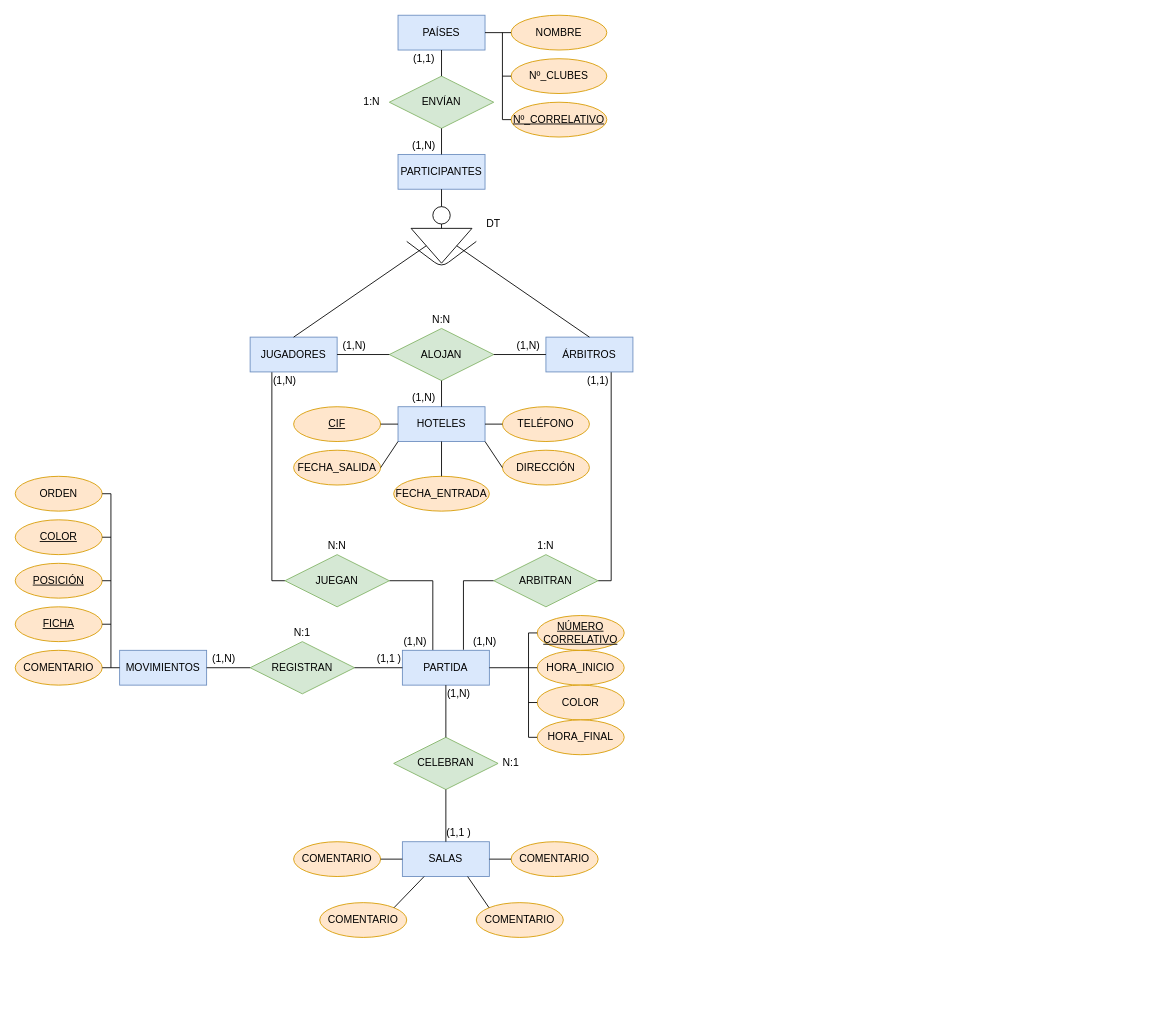
This is Ajedrez.drawio from Axel-Vicente/BBDD, a draw.io file, before an edit. Source tidied: cells renumbered, new cells numbered last; positions are measured from the earlier drawing's top-left corner, leaving out a move shared by most shapes. Both pictures are drawn from the tidied source at 87%, with x=0, y=0 at pixel (15, 15).
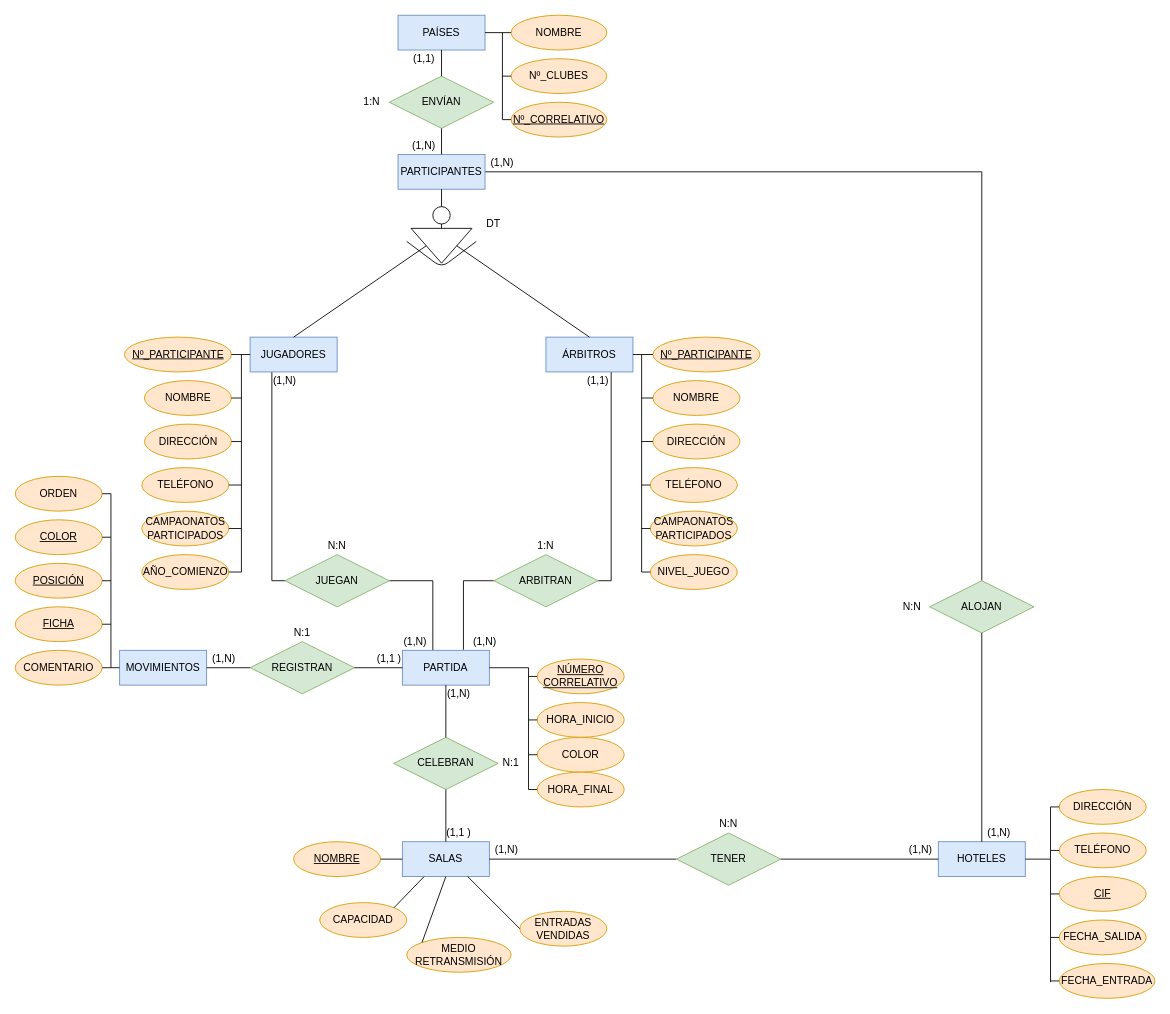
The same page after the edit.

The change refers to these unchanged cells:
```xml
<mxCell id="3" value="PARTICIPANTES" style="whiteSpace=wrap;html=1;align=center;fillColor=#dae8fc;strokeColor=#6c8ebf;" parent="1" vertex="1">
  <mxGeometry x="440" y="160" width="100" height="40" as="geometry" />
</mxCell>
<mxCell id="12" value="JUGADORES" style="whiteSpace=wrap;html=1;align=center;fillColor=#dae8fc;strokeColor=#6c8ebf;" parent="1" vertex="1">
  <mxGeometry x="270" y="370" width="100" height="40" as="geometry" />
</mxCell>
<mxCell id="14" value="ÁRBITROS" style="whiteSpace=wrap;html=1;align=center;fillColor=#dae8fc;strokeColor=#6c8ebf;" parent="1" vertex="1">
  <mxGeometry x="610" y="370" width="100" height="40" as="geometry" />
</mxCell>
<mxCell id="33" value="PARTIDA" style="whiteSpace=wrap;html=1;align=center;fillColor=#dae8fc;strokeColor=#6c8ebf;" parent="1" vertex="1">
  <mxGeometry x="445" y="730" width="100" height="40" as="geometry" />
</mxCell>
<mxCell id="75" value="SALAS" style="whiteSpace=wrap;html=1;align=center;fillColor=#dae8fc;strokeColor=#6c8ebf;" parent="1" vertex="1">
  <mxGeometry x="445" y="950" width="100" height="40" as="geometry" />
</mxCell>
```

Change to the diagram source:
```diff
@@
+    <mxCell id="101" style="edgeStyle=orthogonalEdgeStyle;rounded=0;jettySize=auto;html=1;exitX=1;exitY=0.5;exitDx=0;exitDy=0;endArrow=none;endFill=0;entryX=0.5;entryY=0;entryDx=0;entryDy=0;" parent="1" edge="1" source="3" target="15">
+      <mxGeometry relative="1" as="geometry" />
+    </mxCell>
@@
     <mxCell id="15" value="ALOJAN" style="shape=rhombus;perimeter=rhombusPerimeter;whiteSpace=wrap;html=1;align=center;fillColor=#d5e8d4;strokeColor=#82b366;" parent="1" vertex="1">
-      <mxGeometry x="430" y="360" width="120" height="60" as="geometry" />
+      <mxGeometry x="1051" y="650" width="120" height="60" as="geometry" />
     </mxCell>
@@
     <mxCell id="18" value="HOTELES" style="whiteSpace=wrap;html=1;align=center;fillColor=#dae8fc;strokeColor=#6c8ebf;" parent="1" vertex="1">
-      <mxGeometry x="440" y="450" width="100" height="40" as="geometry" />
+      <mxGeometry x="1061" y="950" width="100" height="40" as="geometry" />
     </mxCell>
     <mxCell id="19" value="(1,N)" style="text;html=1;strokeColor=none;fillColor=none;align=center;verticalAlign=middle;whiteSpace=wrap;rounded=0;" parent="1" vertex="1">
-      <mxGeometry x="450" y="430" width="40" height="20" as="geometry" />
+      <mxGeometry x="1111" y="930" width="40" height="20" as="geometry" />
     </mxCell>
     <mxCell id="20" value="FECHA_SALIDA" style="ellipse;whiteSpace=wrap;html=1;align=center;fillColor=#ffe6cc;strokeColor=#d79b00;" parent="1" vertex="1">
-      <mxGeometry x="320" y="500" width="100" height="40" as="geometry" />
+      <mxGeometry x="1200" y="1040" width="100" height="40" as="geometry" />
     </mxCell>
     <mxCell id="21" value="CIF" style="ellipse;whiteSpace=wrap;html=1;align=center;fillColor=#ffe6cc;strokeColor=#d79b00;fontStyle=4;" parent="1" vertex="1">
-      <mxGeometry x="320" y="450" width="100" height="40" as="geometry" />
+      <mxGeometry x="1200" y="990" width="100" height="40" as="geometry" />
     </mxCell>
     <mxCell id="22" value="FECHA_ENTRADA" style="ellipse;whiteSpace=wrap;html=1;align=center;fillColor=#ffe6cc;strokeColor=#d79b00;" parent="1" vertex="1">
-      <mxGeometry x="435" y="530" width="110" height="40" as="geometry" />
+      <mxGeometry x="1200" y="1090" width="110" height="40" as="geometry" />
     </mxCell>
     <mxCell id="23" value="DIRECCIÓN" style="ellipse;whiteSpace=wrap;html=1;align=center;fillColor=#ffe6cc;strokeColor=#d79b00;" parent="1" vertex="1">
-      <mxGeometry x="560" y="500" width="100" height="40" as="geometry" />
+      <mxGeometry x="1200" y="890" width="100" height="40" as="geometry" />
     </mxCell>
     <mxCell id="24" value="TELÉFONO" style="ellipse;whiteSpace=wrap;html=1;align=center;fillColor=#ffe6cc;strokeColor=#d79b00;" parent="1" vertex="1">
-      <mxGeometry x="560" y="450" width="100" height="40" as="geometry" />
+      <mxGeometry x="1200" y="940" width="100" height="40" as="geometry" />
     </mxCell>
-    <mxCell id="25" style="endArrow=none;html=1;entryX=1;entryY=0.5;entryDx=0;entryDy=0;exitX=0;exitY=0.5;exitDx=0;exitDy=0;" parent="1" edge="1" source="18" target="21">
-      <mxGeometry relative="1" as="geometry" />
-    </mxCell>
-    <mxCell id="26" style="endArrow=none;html=1;exitX=0;exitY=1;exitDx=0;exitDy=0;entryX=1;entryY=0.5;entryDx=0;entryDy=0;" parent="1" edge="1" source="18" target="20">
-      <mxGeometry relative="1" as="geometry" />
-    </mxCell>
-    <mxCell id="27" style="endArrow=none;html=1;exitX=0.5;exitY=1;exitDx=0;exitDy=0;entryX=0.5;entryY=0;entryDx=0;entryDy=0;" parent="1" edge="1" source="18" target="22">
-      <mxGeometry relative="1" as="geometry" />
-    </mxCell>
-    <mxCell id="28" style="endArrow=none;html=1;exitX=1;exitY=1;exitDx=0;exitDy=0;entryX=0;entryY=0.5;entryDx=0;entryDy=0;" parent="1" edge="1" source="18" target="23">
-      <mxGeometry relative="1" as="geometry" />
-    </mxCell>
-    <mxCell id="29" style="endArrow=none;html=1;exitX=1;exitY=0.5;exitDx=0;exitDy=0;entryX=0;entryY=0.5;entryDx=0;entryDy=0;" parent="1" edge="1" source="18" target="24">
-      <mxGeometry relative="1" as="geometry" />
+    <mxCell id="29" style="endArrow=none;html=1;exitX=1;exitY=0.5;exitDx=0;exitDy=0;" parent="1" edge="1" source="18">
+      <mxGeometry relative="1" as="geometry">
+        <mxPoint x="1190" y="970" as="targetPoint" />
+      </mxGeometry>
     </mxCell>
@@
     <mxCell id="48" value="(1,N)" style="text;html=1;strokeColor=none;fillColor=none;align=center;verticalAlign=middle;whiteSpace=wrap;rounded=0;" parent="1" vertex="1">
-      <mxGeometry x="370" y="370" width="40" height="20" as="geometry" />
+      <mxGeometry x="540" y="160" width="40" height="20" as="geometry" />
     </mxCell>
-    <mxCell id="49" style="endArrow=none;html=1;entryX=1;entryY=0.5;entryDx=0;entryDy=0;exitX=0;exitY=0.5;exitDx=0;exitDy=0;" parent="1" edge="1" source="15" target="12">
-      <mxGeometry relative="1" as="geometry" />
-    </mxCell>
-    <mxCell id="50" style="endArrow=none;html=1;entryX=0;entryY=0.5;entryDx=0;entryDy=0;exitX=1;exitY=0.5;exitDx=0;exitDy=0;" parent="1" edge="1" source="15" target="14">
-      <mxGeometry relative="1" as="geometry" />
-    </mxCell>
     <mxCell id="51" value="(1,N)" style="text;html=1;strokeColor=none;fillColor=none;align=center;verticalAlign=middle;whiteSpace=wrap;rounded=0;" parent="1" vertex="1">
-      <mxGeometry x="570" y="370" width="40" height="20" as="geometry" />
+      <mxGeometry x="545" y="950" width="40" height="20" as="geometry" />
     </mxCell>
     <mxCell id="52" value="N:N" style="text;html=1;strokeColor=none;fillColor=none;align=center;verticalAlign=middle;whiteSpace=wrap;rounded=0;" parent="1" vertex="1">
-      <mxGeometry x="470" y="340" width="40" height="20" as="geometry" />
+      <mxGeometry x="1011" y="670" width="40" height="20" as="geometry" />
     </mxCell>
@@
-    <mxCell id="76" value="COMENTARIO" style="ellipse;whiteSpace=wrap;html=1;align=center;fillColor=#ffe6cc;strokeColor=#d79b00;" parent="1" vertex="1">
+    <mxCell id="76" value="CAPACIDAD" style="ellipse;whiteSpace=wrap;html=1;align=center;fillColor=#ffe6cc;strokeColor=#d79b00;" parent="1" vertex="1">
       <mxGeometry x="350" y="1020" width="100" height="40" as="geometry" />
     </mxCell>
-    <mxCell id="77" value="COMENTARIO" style="ellipse;whiteSpace=wrap;html=1;align=center;fillColor=#ffe6cc;strokeColor=#d79b00;" parent="1" vertex="1">
+    <mxCell id="77" value="NOMBRE" style="ellipse;whiteSpace=wrap;html=1;align=center;fillColor=#ffe6cc;strokeColor=#d79b00;fontStyle=4;" parent="1" vertex="1">
       <mxGeometry x="320" y="950" width="100" height="40" as="geometry" />
     </mxCell>
-    <mxCell id="78" value="COMENTARIO" style="ellipse;whiteSpace=wrap;html=1;align=center;fillColor=#ffe6cc;strokeColor=#d79b00;" parent="1" vertex="1">
-      <mxGeometry x="570" y="950" width="100" height="40" as="geometry" />
+    <mxCell id="78" value="ENTRADAS&lt;br&gt;VENDIDAS" style="ellipse;whiteSpace=wrap;html=1;align=center;fillColor=#ffe6cc;strokeColor=#d79b00;" parent="1" vertex="1">
+      <mxGeometry x="580" y="1030" width="100" height="40" as="geometry" />
     </mxCell>
-    <mxCell id="79" value="COMENTARIO" style="ellipse;whiteSpace=wrap;html=1;align=center;fillColor=#ffe6cc;strokeColor=#d79b00;" parent="1" vertex="1">
-      <mxGeometry x="530" y="1020" width="100" height="40" as="geometry" />
+    <mxCell id="79" value="MEDIO&lt;br&gt;RETRANSMISIÓN" style="ellipse;whiteSpace=wrap;html=1;align=center;fillColor=#ffe6cc;strokeColor=#d79b00;" parent="1" vertex="1">
+      <mxGeometry x="450" y="1060" width="120" height="40" as="geometry" />
     </mxCell>
@@
-    <mxCell id="82" style="endArrow=none;html=1;entryX=0;entryY=0;entryDx=0;entryDy=0;exitX=0.75;exitY=1;exitDx=0;exitDy=0;" parent="1" edge="1" source="75" target="79">
+    <mxCell id="82" style="endArrow=none;html=1;entryX=0;entryY=0;entryDx=0;entryDy=0;exitX=0.5;exitY=1;exitDx=0;exitDy=0;" parent="1" edge="1" source="75" target="79">
       <mxGeometry relative="1" as="geometry" />
     </mxCell>
-    <mxCell id="83" style="endArrow=none;html=1;entryX=0;entryY=0.5;entryDx=0;entryDy=0;exitX=1;exitY=0.5;exitDx=0;exitDy=0;" parent="1" edge="1" source="75" target="78">
+    <mxCell id="83" style="endArrow=none;html=1;entryX=0;entryY=0.5;entryDx=0;entryDy=0;exitX=0.75;exitY=1;exitDx=0;exitDy=0;" parent="1" edge="1" source="75" target="78">
       <mxGeometry relative="1" as="geometry" />
     </mxCell>
@@
     <mxCell id="92" value="HORA_INICIO" style="ellipse;whiteSpace=wrap;html=1;align=center;fillColor=#ffe6cc;strokeColor=#d79b00;" parent="1" vertex="1">
-      <mxGeometry x="600" y="730" width="100" height="40" as="geometry" />
+      <mxGeometry x="600" y="790" width="100" height="40" as="geometry" />
     </mxCell>
     <mxCell id="93" value="NÚMERO&lt;br&gt;CORRELATIVO" style="ellipse;whiteSpace=wrap;html=1;align=center;fillColor=#ffe6cc;strokeColor=#d79b00;fontStyle=4;" parent="1" vertex="1">
-      <mxGeometry x="600" y="690" width="100" height="40" as="geometry" />
+      <mxGeometry x="600" y="740" width="100" height="40" as="geometry" />
     </mxCell>
     <mxCell id="94" value="COLOR" style="ellipse;whiteSpace=wrap;html=1;align=center;fillColor=#ffe6cc;strokeColor=#d79b00;" parent="1" vertex="1">
-      <mxGeometry x="600" y="770" width="100" height="40" as="geometry" />
+      <mxGeometry x="600" y="830" width="100" height="40" as="geometry" />
     </mxCell>
     <mxCell id="95" value="HORA_FINAL" style="ellipse;whiteSpace=wrap;html=1;align=center;fillColor=#ffe6cc;strokeColor=#d79b00;" parent="1" vertex="1">
-      <mxGeometry x="600" y="810" width="100" height="40" as="geometry" />
+      <mxGeometry x="600" y="870" width="100" height="40" as="geometry" />
     </mxCell>
-    <mxCell id="96" style="endArrow=none;html=1;entryX=1;entryY=0.5;entryDx=0;entryDy=0;exitX=0;exitY=0.5;exitDx=0;exitDy=0;" parent="1" edge="1" source="92" target="33">
+    <mxCell id="96" style="endArrow=none;html=1;entryX=1;entryY=0.5;entryDx=0;entryDy=0;exitX=0;exitY=0.5;exitDx=0;exitDy=0;" parent="1" edge="1" source="104" target="75">
       <mxGeometry relative="1" as="geometry" />
     </mxCell>
     <mxCell id="97" style="endArrow=none;html=1;" parent="1" edge="1">
       <mxGeometry relative="1" as="geometry">
-        <mxPoint x="590" y="830" as="sourcePoint" />
-        <mxPoint x="590" y="710" as="targetPoint" />
+        <mxPoint x="590" y="890" as="sourcePoint" />
+        <mxPoint x="590" y="750" as="targetPoint" />
       </mxGeometry>
     </mxCell>
     <mxCell id="98" style="endArrow=none;html=1;entryX=0;entryY=0.5;entryDx=0;entryDy=0;" parent="1" edge="1" target="93">
       <mxGeometry relative="1" as="geometry">
-        <mxPoint x="590" y="710" as="sourcePoint" />
+        <mxPoint x="590" y="760" as="sourcePoint" />
       </mxGeometry>
     </mxCell>
     <mxCell id="99" style="endArrow=none;html=1;entryX=0;entryY=0.5;entryDx=0;entryDy=0;" parent="1" edge="1" target="94">
       <mxGeometry relative="1" as="geometry">
-        <mxPoint x="590" y="790" as="sourcePoint" />
+        <mxPoint x="590" y="850" as="sourcePoint" />
       </mxGeometry>
     </mxCell>
     <mxCell id="100" style="endArrow=none;html=1;entryX=0;entryY=0.5;entryDx=0;entryDy=0;" parent="1" edge="1" target="95">
       <mxGeometry relative="1" as="geometry">
-        <mxPoint x="590" y="830" as="sourcePoint" />
+        <mxPoint x="590" y="890" as="sourcePoint" />
       </mxGeometry>
     </mxCell>
+    <mxCell id="102" style="endArrow=none;html=1;exitX=1;exitY=0.5;exitDx=0;exitDy=0;" parent="1" edge="1" source="33">
+      <mxGeometry relative="1" as="geometry">
+        <mxPoint x="590" y="750" as="targetPoint" />
+      </mxGeometry>
+    </mxCell>
+    <mxCell id="103" style="endArrow=none;html=1;entryX=0;entryY=0.5;entryDx=0;entryDy=0;" parent="1" edge="1" target="92">
+      <mxGeometry relative="1" as="geometry">
+        <mxPoint x="590" y="810" as="sourcePoint" />
+      </mxGeometry>
+    </mxCell>
+    <mxCell id="104" value="TENER" style="shape=rhombus;perimeter=rhombusPerimeter;whiteSpace=wrap;html=1;align=center;fillColor=#d5e8d4;strokeColor=#82b366;" parent="1" vertex="1">
+      <mxGeometry x="760" y="940" width="120" height="60" as="geometry" />
+    </mxCell>
+    <mxCell id="105" style="endArrow=none;html=1;entryX=1;entryY=0.5;entryDx=0;entryDy=0;exitX=0;exitY=0.5;exitDx=0;exitDy=0;" parent="1" edge="1" source="18" target="104">
+      <mxGeometry relative="1" as="geometry" />
+    </mxCell>
+    <mxCell id="106" value="(1,N)" style="text;html=1;strokeColor=none;fillColor=none;align=center;verticalAlign=middle;whiteSpace=wrap;rounded=0;" parent="1" vertex="1">
+      <mxGeometry x="1021" y="950" width="40" height="20" as="geometry" />
+    </mxCell>
+    <mxCell id="107" value="N:N" style="text;html=1;strokeColor=none;fillColor=none;align=center;verticalAlign=middle;whiteSpace=wrap;rounded=0;" parent="1" vertex="1">
+      <mxGeometry x="800" y="920" width="40" height="20" as="geometry" />
+    </mxCell>
+    <mxCell id="108" style="endArrow=none;html=1;exitX=0;exitY=0.5;exitDx=0;exitDy=0;" parent="1" edge="1" source="23">
+      <mxGeometry relative="1" as="geometry">
+        <mxPoint x="1190" y="910" as="targetPoint" />
+      </mxGeometry>
+    </mxCell>
+    <mxCell id="109" style="endArrow=none;html=1;" parent="1" edge="1">
+      <mxGeometry relative="1" as="geometry">
+        <mxPoint x="1190" y="910" as="sourcePoint" />
+        <mxPoint x="1190" y="1111.4" as="targetPoint" />
+      </mxGeometry>
+    </mxCell>
+    <mxCell id="110" style="endArrow=none;html=1;exitX=0;exitY=0.5;exitDx=0;exitDy=0;" parent="1" edge="1" source="24">
+      <mxGeometry relative="1" as="geometry">
+        <mxPoint x="1190" y="960" as="targetPoint" />
+      </mxGeometry>
+    </mxCell>
+    <mxCell id="111" style="endArrow=none;html=1;exitX=0;exitY=0.5;exitDx=0;exitDy=0;" parent="1" edge="1" source="21">
+      <mxGeometry relative="1" as="geometry">
+        <mxPoint x="1190" y="1010" as="targetPoint" />
+      </mxGeometry>
+    </mxCell>
+    <mxCell id="112" style="endArrow=none;html=1;exitX=0;exitY=0.5;exitDx=0;exitDy=0;" parent="1" edge="1" source="20">
+      <mxGeometry relative="1" as="geometry">
+        <mxPoint x="1190" y="1060" as="targetPoint" />
+      </mxGeometry>
+    </mxCell>
+    <mxCell id="113" style="endArrow=none;html=1;exitX=0;exitY=0.5;exitDx=0;exitDy=0;" parent="1" edge="1" source="22">
+      <mxGeometry relative="1" as="geometry">
+        <mxPoint x="1190" y="1110" as="targetPoint" />
+      </mxGeometry>
+    </mxCell>
+    <mxCell id="114" value="TELÉFONO" style="ellipse;whiteSpace=wrap;html=1;align=center;fillColor=#ffe6cc;strokeColor=#d79b00;" parent="1" vertex="1">
+      <mxGeometry x="730" y="520" width="100" height="40" as="geometry" />
+    </mxCell>
+    <mxCell id="115" value="Nº_PARTICIPANTE" style="ellipse;whiteSpace=wrap;html=1;align=center;fillColor=#ffe6cc;strokeColor=#d79b00;fontStyle=4;" parent="1" vertex="1">
+      <mxGeometry x="733" y="370" width="123" height="40" as="geometry" />
+    </mxCell>
+    <mxCell id="116" value="CAMPAONATOS&lt;br&gt;PARTICIPADOS" style="ellipse;whiteSpace=wrap;html=1;align=center;fillColor=#ffe6cc;strokeColor=#d79b00;" parent="1" vertex="1">
+      <mxGeometry x="730" y="570" width="100" height="40" as="geometry" />
+    </mxCell>
+    <mxCell id="117" value="NOMBRE" style="ellipse;whiteSpace=wrap;html=1;align=center;fillColor=#ffe6cc;strokeColor=#d79b00;" parent="1" vertex="1">
+      <mxGeometry x="733" y="420" width="100" height="40" as="geometry" />
+    </mxCell>
+    <mxCell id="118" value="DIRECCIÓN" style="ellipse;whiteSpace=wrap;html=1;align=center;fillColor=#ffe6cc;strokeColor=#d79b00;" parent="1" vertex="1">
+      <mxGeometry x="733" y="470" width="100" height="40" as="geometry" />
+    </mxCell>
+    <mxCell id="119" value="NIVEL_JUEGO" style="ellipse;whiteSpace=wrap;html=1;align=center;fillColor=#ffe6cc;strokeColor=#d79b00;" parent="1" vertex="1">
+      <mxGeometry x="730" y="620" width="100" height="40" as="geometry" />
+    </mxCell>
+    <mxCell id="120" value="TELÉFONO" style="ellipse;whiteSpace=wrap;html=1;align=center;fillColor=#ffe6cc;strokeColor=#d79b00;" parent="1" vertex="1">
+      <mxGeometry x="145.5" y="520" width="100" height="40" as="geometry" />
+    </mxCell>
+    <mxCell id="121" value="Nº_PARTICIPANTE" style="ellipse;whiteSpace=wrap;html=1;align=center;fillColor=#ffe6cc;strokeColor=#d79b00;fontStyle=4;" parent="1" vertex="1">
+      <mxGeometry x="125.5" y="370" width="123" height="40" as="geometry" />
+    </mxCell>
+    <mxCell id="122" value="CAMPAONATOS&lt;br&gt;PARTICIPADOS" style="ellipse;whiteSpace=wrap;html=1;align=center;fillColor=#ffe6cc;strokeColor=#d79b00;" parent="1" vertex="1">
+      <mxGeometry x="145.5" y="570" width="100" height="40" as="geometry" />
+    </mxCell>
+    <mxCell id="123" value="NOMBRE" style="ellipse;whiteSpace=wrap;html=1;align=center;fillColor=#ffe6cc;strokeColor=#d79b00;" parent="1" vertex="1">
+      <mxGeometry x="148.5" y="420" width="100" height="40" as="geometry" />
+    </mxCell>
+    <mxCell id="124" value="DIRECCIÓN" style="ellipse;whiteSpace=wrap;html=1;align=center;fillColor=#ffe6cc;strokeColor=#d79b00;" parent="1" vertex="1">
+      <mxGeometry x="148.5" y="470" width="100" height="40" as="geometry" />
+    </mxCell>
+    <mxCell id="125" value="AÑO_COMIENZO" style="ellipse;whiteSpace=wrap;html=1;align=center;fillColor=#ffe6cc;strokeColor=#d79b00;" parent="1" vertex="1">
+      <mxGeometry x="145.5" y="620" width="100" height="40" as="geometry" />
+    </mxCell>
+    <mxCell id="126" style="endArrow=none;html=1;entryX=0;entryY=0.5;entryDx=0;entryDy=0;exitX=1;exitY=0.5;exitDx=0;exitDy=0;" parent="1" edge="1" source="121" target="12">
+      <mxGeometry relative="1" as="geometry" />
+    </mxCell>
+    <mxCell id="127" style="endArrow=none;html=1;entryX=1;entryY=0.5;entryDx=0;entryDy=0;exitX=0;exitY=0.5;exitDx=0;exitDy=0;" parent="1" edge="1" source="115" target="14">
+      <mxGeometry relative="1" as="geometry" />
+    </mxCell>
+    <mxCell id="128" style="endArrow=none;html=1;" parent="1" edge="1">
+      <mxGeometry relative="1" as="geometry">
+        <mxPoint x="260" y="390" as="sourcePoint" />
+        <mxPoint x="260" y="640" as="targetPoint" />
+      </mxGeometry>
+    </mxCell>
+    <mxCell id="129" style="endArrow=none;html=1;" parent="1" edge="1">
+      <mxGeometry relative="1" as="geometry">
+        <mxPoint x="720" y="390" as="sourcePoint" />
+        <mxPoint x="720" y="640" as="targetPoint" />
+      </mxGeometry>
+    </mxCell>
+    <mxCell id="130" style="endArrow=none;html=1;exitX=1;exitY=0.5;exitDx=0;exitDy=0;" parent="1" edge="1" source="123">
+      <mxGeometry relative="1" as="geometry">
+        <mxPoint x="260" y="440" as="targetPoint" />
+      </mxGeometry>
+    </mxCell>
+    <mxCell id="131" style="endArrow=none;html=1;exitX=1;exitY=0.5;exitDx=0;exitDy=0;" parent="1" edge="1" source="124">
+      <mxGeometry relative="1" as="geometry">
+        <mxPoint x="260" y="490" as="targetPoint" />
+      </mxGeometry>
+    </mxCell>
+    <mxCell id="132" style="endArrow=none;html=1;exitX=1;exitY=0.5;exitDx=0;exitDy=0;" parent="1" edge="1" source="120">
+      <mxGeometry relative="1" as="geometry">
+        <mxPoint x="260" y="540" as="targetPoint" />
+      </mxGeometry>
+    </mxCell>
+    <mxCell id="133" style="endArrow=none;html=1;exitX=1;exitY=0.5;exitDx=0;exitDy=0;" parent="1" edge="1" source="122">
+      <mxGeometry relative="1" as="geometry">
+        <mxPoint x="260" y="590" as="targetPoint" />
+      </mxGeometry>
+    </mxCell>
+    <mxCell id="134" style="endArrow=none;html=1;exitX=1;exitY=0.5;exitDx=0;exitDy=0;" parent="1" edge="1" source="125">
+      <mxGeometry relative="1" as="geometry">
+        <mxPoint x="260" y="640" as="targetPoint" />
+      </mxGeometry>
+    </mxCell>
+    <mxCell id="135" style="endArrow=none;html=1;exitX=0;exitY=0.5;exitDx=0;exitDy=0;" parent="1" edge="1" source="117">
+      <mxGeometry relative="1" as="geometry">
+        <mxPoint x="720" y="440" as="targetPoint" />
+      </mxGeometry>
+    </mxCell>
+    <mxCell id="136" style="endArrow=none;html=1;entryX=0;entryY=0.5;entryDx=0;entryDy=0;" parent="1" edge="1" target="118">
+      <mxGeometry relative="1" as="geometry">
+        <mxPoint x="720" y="490" as="sourcePoint" />
+      </mxGeometry>
+    </mxCell>
+    <mxCell id="137" style="endArrow=none;html=1;entryX=0;entryY=0.5;entryDx=0;entryDy=0;" parent="1" edge="1" target="114">
+      <mxGeometry relative="1" as="geometry">
+        <mxPoint x="720" y="540" as="sourcePoint" />
+      </mxGeometry>
+    </mxCell>
+    <mxCell id="138" style="endArrow=none;html=1;entryX=0;entryY=0.5;entryDx=0;entryDy=0;" parent="1" edge="1" target="116">
+      <mxGeometry relative="1" as="geometry">
+        <mxPoint x="720" y="590" as="sourcePoint" />
+      </mxGeometry>
+    </mxCell>
+    <mxCell id="139" style="endArrow=none;html=1;entryX=0;entryY=0.5;entryDx=0;entryDy=0;" parent="1" edge="1" target="119">
+      <mxGeometry relative="1" as="geometry">
+        <mxPoint x="720" y="640" as="sourcePoint" />
+      </mxGeometry>
+    </mxCell>
```
